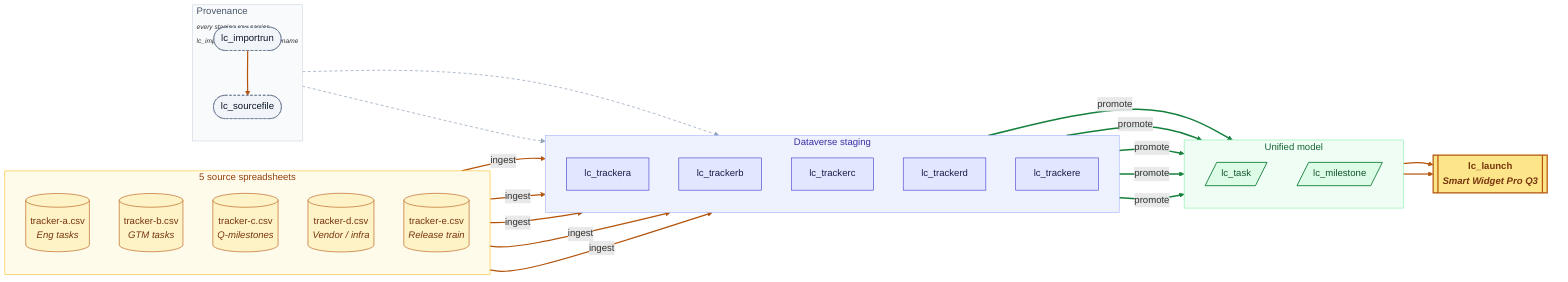
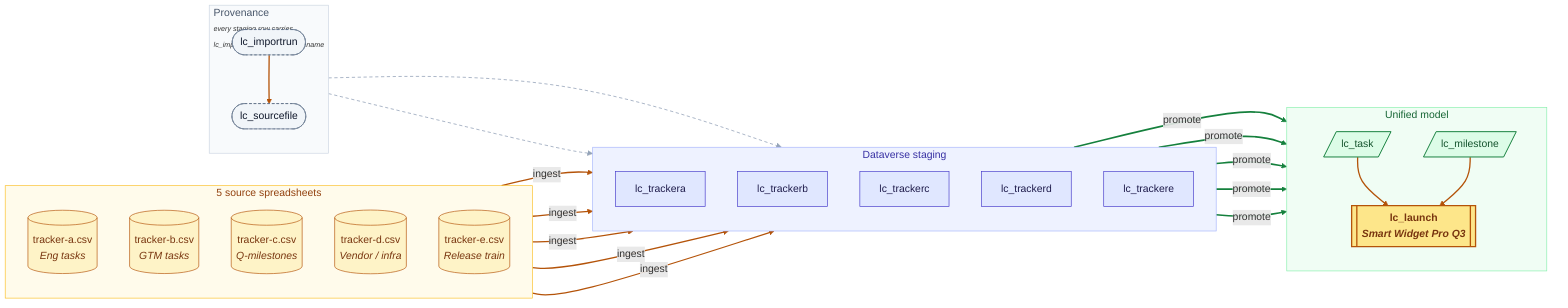
flowchart LR

    %% ---------- CSV sources ----------
    subgraph CSVS["5 source spreadsheets"]
        direction TB
        ca[("tracker-a.csv<br/><i>Eng tasks</i>")]
        cb[("tracker-b.csv<br/><i>GTM tasks</i>")]
        cc[("tracker-c.csv<br/><i>Q-milestones</i>")]
        cd[("tracker-d.csv<br/><i>Vendor / infra</i>")]
        ce[("tracker-e.csv<br/><i>Release train</i>")]
    end

    %% ---------- Staging in Dataverse ----------
    subgraph STAGING["Dataverse staging"]
        direction TB
        sa[lc_trackera]
        sb[lc_trackerb]
        sc[lc_trackerc]
        sd[lc_trackerd]
        se[lc_trackere]
    end

    %% ---------- Unified model ----------
    subgraph UNIFIED["Unified model"]
        direction TB
        task[/lc_task/]
        ms[/lc_milestone/]
+         launch[["lc_launch<br/><i>Smart Widget Pro Q3</i>"]]
    end
- 
-     launch[["lc_launch<br/><i>Smart Widget Pro Q3</i>"]]

    %% ---------- Provenance (compact box; one anchor edge, others are conceptual) ----------
    subgraph PROV["Provenance<br/><span style='font-size:11px;font-style:italic'>every staging row carries<br/>lc_importrunid + lc_sourcefilename</span>"]
        direction TB
        ir(["lc_importrun"])
        sf(["lc_sourcefile"])
        ir --> sf
    end

    %% ---------- Flows ----------
    ca -- "ingest" --> sa
    cb -- "ingest" --> sb
    cc -- "ingest" --> sc
    cd -- "ingest" --> sd
    ce -- "ingest" --> se

    ir -.-> sa
    ir -.-> se

    sa == "promote" ==> task
    sb == "promote" ==> task
    sd == "promote" ==> task
    sc == "promote" ==> ms
    se == "promote" ==> ms

    task --> launch
    ms  --> launch

    %% ---------- Styling ----------
    classDef csv     fill:#fef3c7,stroke:#b45309,color:#78350f,stroke-width:1px;
    classDef staging fill:#e0e7ff,stroke:#4338ca,color:#1e1b4b,stroke-width:1px;
    classDef prov    fill:#f1f5f9,stroke:#64748b,color:#0f172a,stroke-width:1px,stroke-dasharray:4 3;
    classDef unified fill:#dcfce7,stroke:#15803d,color:#14532d,stroke-width:1.5px;
    classDef launch  fill:#fde68a,stroke:#b45309,color:#78350f,stroke-width:2px,font-weight:bold;

    class ca,cb,cc,cd,ce csv
    class sa,sb,sc,sd,se staging
    class ir,sf prov
    class task,ms unified
    class launch launch

    linkStyle 0 stroke:#b45309,stroke-width:2px;
    linkStyle 1,2,3,4,5 stroke:#b45309,stroke-width:2px;
    linkStyle 6,7 stroke:#94a3b8,stroke-width:1.2px,stroke-dasharray:5 4;
    linkStyle 8,9,10,11,12 stroke:#15803d,stroke-width:2.5px;
    linkStyle 13,14 stroke:#b45309,stroke-width:2px;

    style CSVS     fill:#fffbeb,stroke:#fbbf24,color:#92400e,padding:20px
    style STAGING  fill:#eef2ff,stroke:#a5b4fc,color:#3730a3,padding:20px
    style PROV     fill:#f8fafc,stroke:#cbd5e1,color:#475569,padding:20px
    style UNIFIED  fill:#f0fdf4,stroke:#86efac,color:#166534,padding:20px
